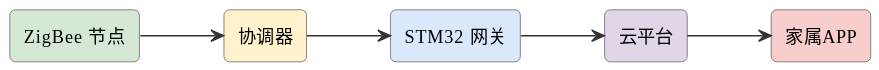
The PlantUML diagram assets/diagrams/ideas-fig49.svg in mingyi0818/IntelligentMcuCourse, before a commit.
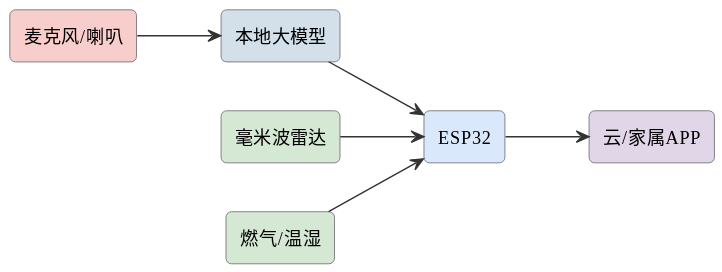
After the commit.

Change to the diagram source:
```diff
@@ -6,13 +6,15 @@
 skinparam arrowFontSize 11
 skinparam arrowColor #333
 left to right direction
-rectangle "ZigBee 节点" as z #d5e8d4
-rectangle "协调器" as coord #fff2cc
-rectangle "STM32 网关" as gw #dae8fc
-rectangle "云平台" as cloud #e1d5e8
-rectangle "家属APP" as app #f8cecc
-z --> coord
-coord --> gw
-gw --> cloud
-cloud --> app
+rectangle "麦克风/喇叭" as mic #f8cecc
+rectangle "本地大模型" as ai #d3e0ea
+rectangle "毫米波雷达" as radar #d5e8d4
+rectangle "ESP32" as esp #dae8fc
+rectangle "燃气/温湿" as env #d5e8d4
+rectangle "云/家属APP" as cloud #e1d5e8
+mic --> ai
+ai --> esp
+radar --> esp
+env --> esp
+esp --> cloud
 @enduml
```
